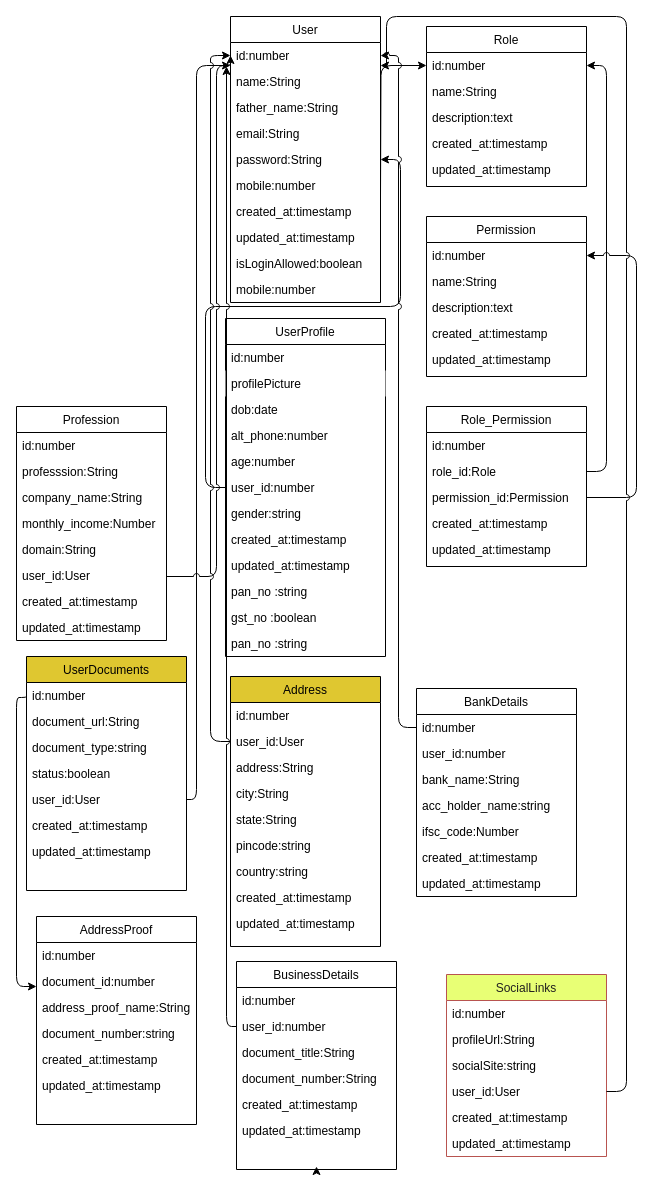
Before: er.drawio in Vaibhavgawali/Finance, a draw.io diagram. Source tidied: cells renumbered, new cells numbered last; positions are measured from the earlier drawing's top-left corner, leaving out a move shared by most shapes. Both pictures are drawn from the tidied source at 100%, with x=0, y=0 at pixel (16, 16).
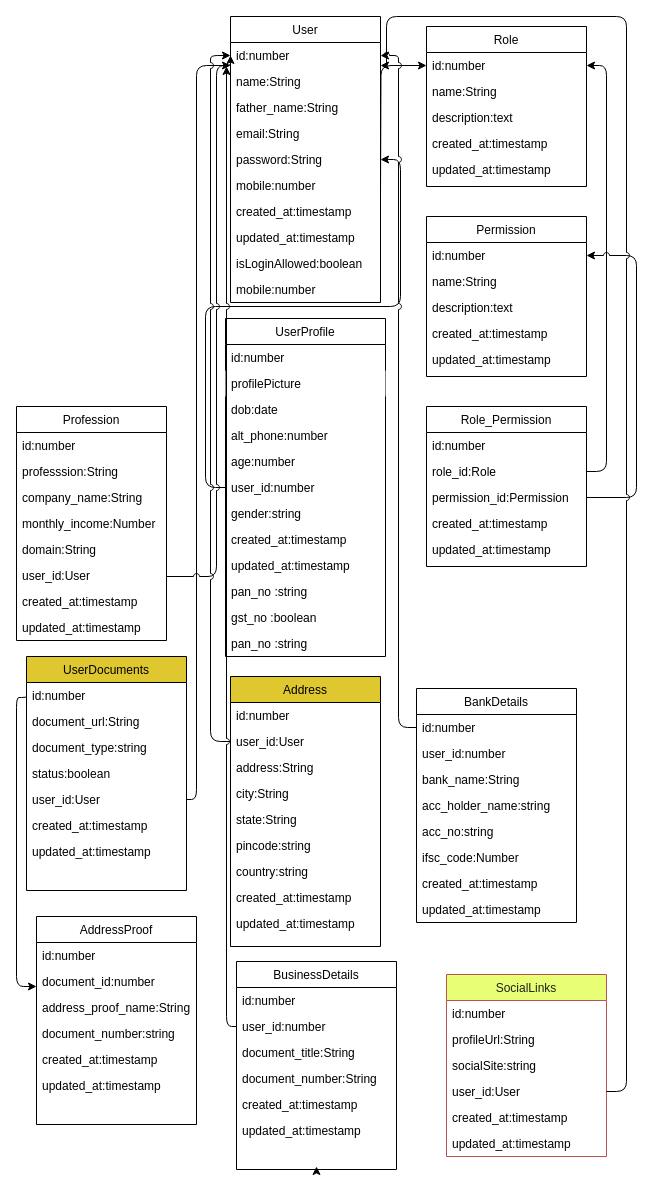
After the change.

What changed in the source:
```diff
@@
     <mxCell id="86" value="BankDetails" style="swimlane;fontStyle=0;align=center;verticalAlign=top;horizontal=1;startSize=26;rounded=0;shadow=0;strokeWidth=1;" parent="1" vertex="1">
-      <mxGeometry x="400" y="672" width="160" height="208" as="geometry" />
+      <mxGeometry x="400" y="672" width="160" height="234" as="geometry" />
     </mxCell>
@@
+    <mxCell id="112" value="acc_no:string" style="text;align=left;verticalAlign=top;spacingLeft=4;spacingRight=4;overflow=hidden;rounded=0;shadow=0;html=0;" parent="86" vertex="1">
+      <mxGeometry y="130" width="160" height="26" as="geometry" />
+    </mxCell>
     <mxCell id="91" value="ifsc_code:Number" style="text;align=left;verticalAlign=top;spacingLeft=4;spacingRight=4;overflow=hidden;rounded=0;shadow=0;html=0;" parent="86" vertex="1">
-      <mxGeometry y="130" width="160" height="26" as="geometry" />
+      <mxGeometry y="156" width="160" height="26" as="geometry" />
     </mxCell>
     <mxCell id="92" value="created_at:timestamp" style="text;align=left;verticalAlign=top;spacingLeft=4;spacingRight=4;overflow=hidden;rounded=0;shadow=0;html=0;" parent="86" vertex="1">
-      <mxGeometry y="156" width="160" height="26" as="geometry" />
+      <mxGeometry y="182" width="160" height="26" as="geometry" />
     </mxCell>
     <mxCell id="93" value="updated_at:timestamp" style="text;align=left;verticalAlign=top;spacingLeft=4;spacingRight=4;overflow=hidden;rounded=0;shadow=0;html=0;" parent="86" vertex="1">
-      <mxGeometry y="182" width="160" height="26" as="geometry" />
+      <mxGeometry y="208" width="160" height="26" as="geometry" />
     </mxCell>
```
